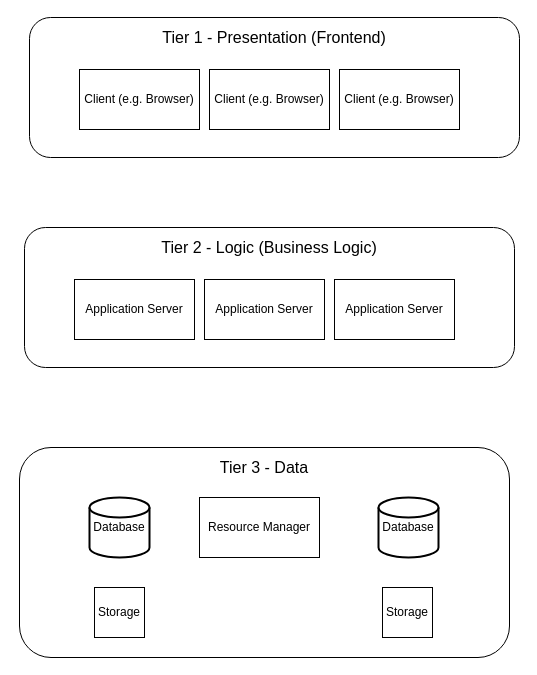
HVossi92/Drawings keeps this draw.io diagram as Three-Tier-Architecture.drawio. Above is the earlier version. Source tidied: cells renumbered, new cells numbered last; positions are measured from the earlier drawing's top-left corner, leaving out a move shared by most shapes. Both pictures are drawn from the tidied source at 100%, with x=0, y=0 at pixel (19, 17).
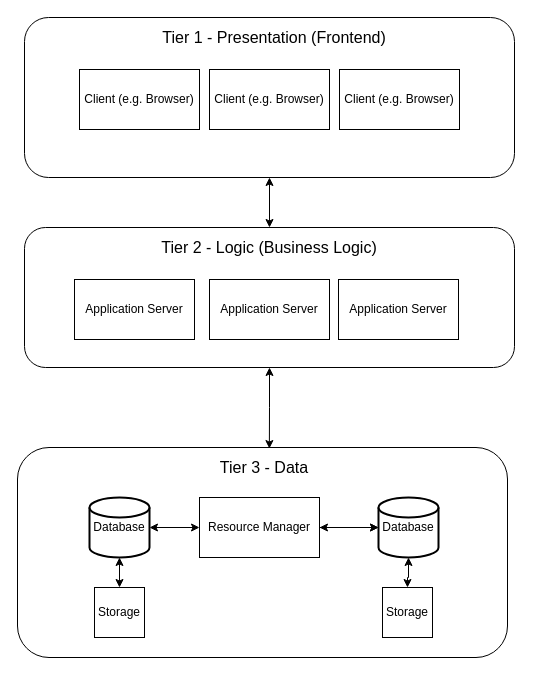
The same page after the edit.

Unchanged cells that the change refers to:
```xml
<mxCell id="13" value="Resource Manager" style="rounded=0;whiteSpace=wrap;html=1;" parent="1" vertex="1">
  <mxGeometry x="180" y="480" width="120" height="60" as="geometry" />
</mxCell>
<mxCell id="15" value="Database" style="strokeWidth=2;html=1;shape=mxgraph.flowchart.database;whiteSpace=wrap;" parent="1" vertex="1">
  <mxGeometry x="70" y="480" width="60" height="60" as="geometry" />
</mxCell>
<mxCell id="16" value="Database" style="strokeWidth=2;html=1;shape=mxgraph.flowchart.database;whiteSpace=wrap;" parent="1" vertex="1">
  <mxGeometry x="359" y="480" width="60" height="60" as="geometry" />
</mxCell>
<mxCell id="17" value="Storage" style="whiteSpace=wrap;html=1;" parent="1" vertex="1">
  <mxGeometry x="75" y="570" width="50" height="50" as="geometry" />
</mxCell>
<mxCell id="18" value="Storage" style="whiteSpace=wrap;html=1;" parent="1" vertex="1">
  <mxGeometry x="363" y="570" width="50" height="50" as="geometry" />
</mxCell>
```

The edit, as a diff of the source:
```diff
@@
+    <mxCell id="19" style="edgeStyle=orthogonalEdgeStyle;rounded=0;jettySize=auto;html=1;entryX=0.514;entryY=0.005;entryDx=0;entryDy=0;entryPerimeter=0;startArrow=classic;startFill=1;" parent="1" edge="1" source="7" target="12">
+      <mxGeometry relative="1" as="geometry" />
+    </mxCell>
+    <mxCell id="7" style="rounded=1;whiteSpace=wrap;html=1;" parent="1" vertex="1">
+      <mxGeometry x="5" y="210" width="490" height="140" as="geometry" />
+    </mxCell>
+    <mxCell id="20" style="edgeStyle=orthogonalEdgeStyle;rounded=0;jettySize=auto;html=1;entryX=0.5;entryY=0;entryDx=0;entryDy=0;startArrow=classic;startFill=1;" parent="1" edge="1" source="2" target="7">
+      <mxGeometry relative="1" as="geometry" />
+    </mxCell>
     <mxCell id="2" style="rounded=1;whiteSpace=wrap;html=1;" parent="1" vertex="1">
-      <mxGeometry x="10" width="490" height="140" as="geometry" />
+      <mxGeometry x="5" width="490" height="160" as="geometry" />
     </mxCell>
@@
-    <mxCell id="7" style="rounded=1;whiteSpace=wrap;html=1;" parent="1" vertex="1">
-      <mxGeometry x="5" y="210" width="490" height="140" as="geometry" />
-    </mxCell>
@@
     <mxCell id="9" value="Application Server" style="rounded=0;whiteSpace=wrap;html=1;" parent="1" vertex="1">
-      <mxGeometry x="185" y="262" width="120" height="60" as="geometry" />
+      <mxGeometry x="190" y="262" width="120" height="60" as="geometry" />
     </mxCell>
     <mxCell id="10" value="Application Server" style="rounded=0;whiteSpace=wrap;html=1;" parent="1" vertex="1">
-      <mxGeometry x="315" y="262" width="120" height="60" as="geometry" />
+      <mxGeometry x="319" y="262" width="120" height="60" as="geometry" />
     </mxCell>
@@
     <mxCell id="12" style="rounded=1;whiteSpace=wrap;html=1;" parent="1" vertex="1">
-      <mxGeometry y="430" width="490" height="210" as="geometry" />
+      <mxGeometry x="-2" y="430" width="490" height="210" as="geometry" />
     </mxCell>
+    <mxCell id="21" style="edgeStyle=orthogonalEdgeStyle;rounded=0;jettySize=auto;html=1;" parent="1" edge="1" source="13" target="16">
+      <mxGeometry relative="1" as="geometry" />
+    </mxCell>
+    <mxCell id="22" style="edgeStyle=orthogonalEdgeStyle;rounded=0;jettySize=auto;html=1;entryX=1;entryY=0.5;entryDx=0;entryDy=0;entryPerimeter=0;startArrow=classic;startFill=1;" parent="1" edge="1" source="13" target="15">
+      <mxGeometry relative="1" as="geometry" />
+    </mxCell>
+    <mxCell id="23" style="edgeStyle=orthogonalEdgeStyle;rounded=0;jettySize=auto;html=1;startArrow=classic;startFill=1;" parent="1" edge="1" source="13" target="16">
+      <mxGeometry relative="1" as="geometry" />
+    </mxCell>
@@
+    <mxCell id="24" style="edgeStyle=orthogonalEdgeStyle;rounded=0;jettySize=auto;html=1;startArrow=classic;startFill=1;" parent="1" edge="1" source="15" target="17">
+      <mxGeometry relative="1" as="geometry" />
+    </mxCell>
@@
+    <mxCell id="25" style="edgeStyle=orthogonalEdgeStyle;rounded=0;jettySize=auto;html=1;entryX=0.5;entryY=0;entryDx=0;entryDy=0;startArrow=classic;startFill=1;" parent="1" edge="1" source="16" target="18">
+      <mxGeometry relative="1" as="geometry" />
+    </mxCell>
```
